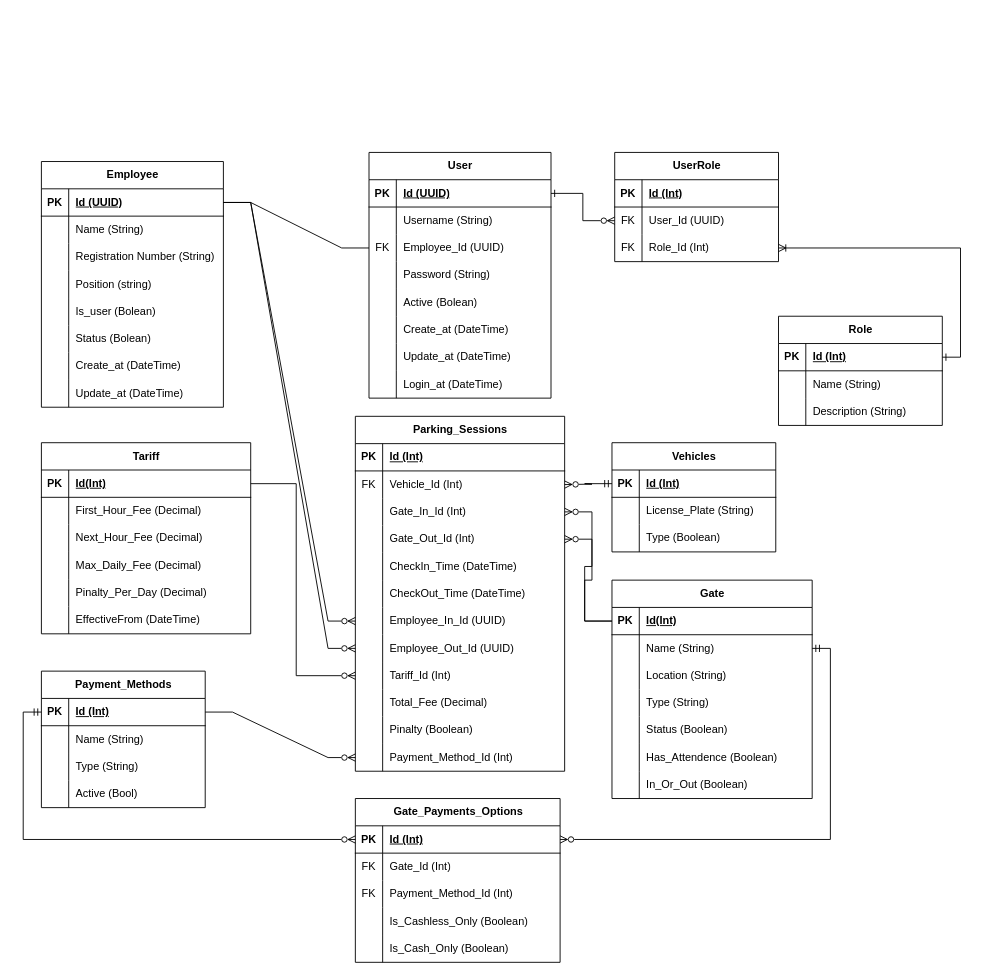
nuralimajid/Etip-api keeps this draw.io diagram as etip.drawio. Above is the earlier version. Source tidied: cells renumbered, new cells numbered last; positions are measured from the earlier drawing's top-left corner, leaving out a move shared by most shapes. Both pictures are drawn from the tidied source at 91%, with x=0, y=0 at pixel (-5, 152).
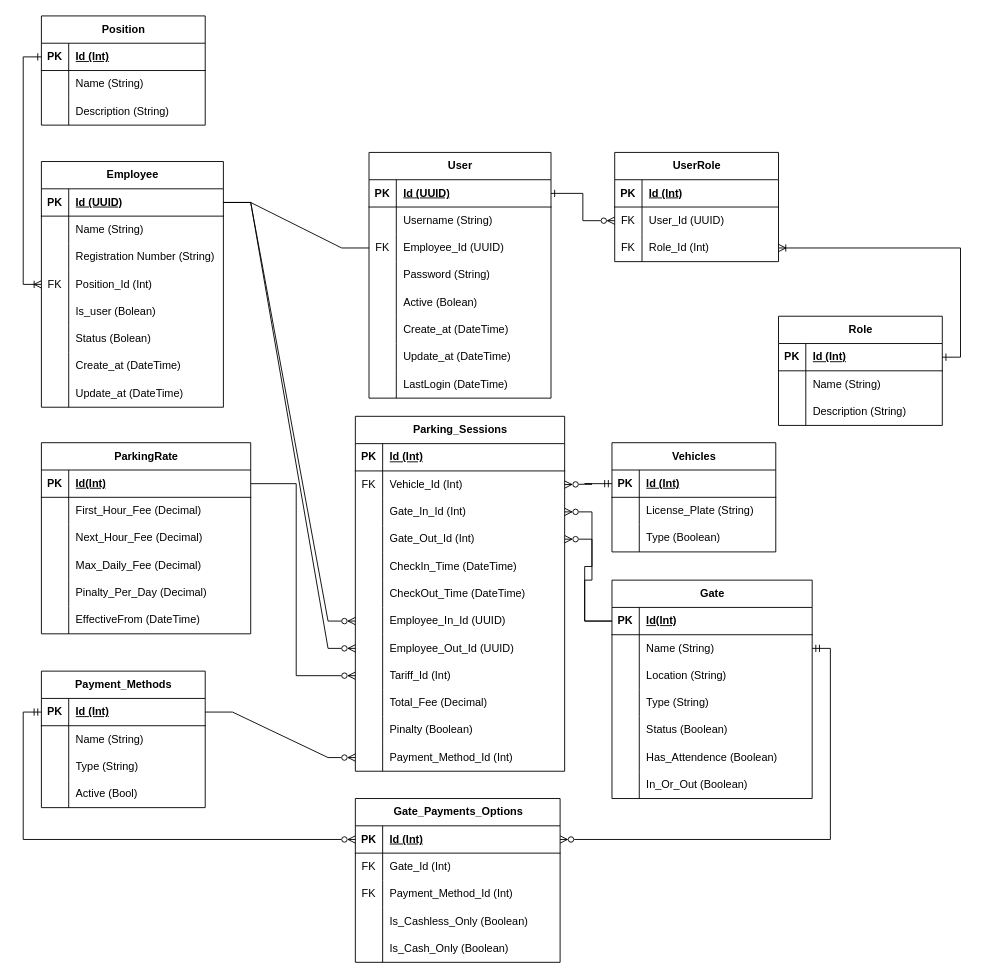
After the change.

Unchanged cells that the change refers to:
```xml
<mxCell id="20" style="shape=tableRow;horizontal=0;startSize=0;swimlaneHead=0;swimlaneBody=0;fillColor=none;points=[[0,0.5],[1,0.5]];portConstraint=eastwest;top=0;left=0;right=0;bottom=0;" parent="10" vertex="1">
  <mxGeometry y="120" width="200" height="30" as="geometry" />
</mxCell>
<mxCell id="57" style="shape=tableRow;horizontal=0;startSize=0;swimlaneHead=0;swimlaneBody=0;fillColor=none;top=0;left=0;right=0;bottom=0;" parent="35" vertex="1">
  <mxGeometry y="240" width="200" height="30" as="geometry" />
</mxCell>
```

Diff of the diagram source:
```diff
@@
-    <mxCell id="21" style="shape=partialRectangle;fillColor=none;top=0;left=0;bottom=0;right=0;overflow=hidden;whiteSpace=wrap;html=1;" parent="20" vertex="1">
+    <mxCell id="21" value="FK" style="shape=partialRectangle;fillColor=none;top=0;left=0;bottom=0;right=0;overflow=hidden;whiteSpace=wrap;html=1;" parent="20" vertex="1">
       <mxGeometry width="30" height="30" as="geometry" />
     </mxCell>
-    <mxCell id="22" value="Position (string)" style="shape=partialRectangle;fillColor=none;top=0;left=0;bottom=0;right=0;align=left;spacingLeft=6;overflow=hidden;whiteSpace=wrap;html=1;" parent="20" vertex="1">
+    <mxCell id="22" value="Position_Id (Int)" style="shape=partialRectangle;fillColor=none;top=0;left=0;bottom=0;right=0;align=left;spacingLeft=6;overflow=hidden;whiteSpace=wrap;html=1;" parent="20" vertex="1">
       <mxGeometry x="30" width="170" height="30" as="geometry" />
     </mxCell>
@@
-    <mxCell id="59" value="Login_at (DateTime)" style="shape=partialRectangle;fillColor=none;top=0;left=0;bottom=0;right=0;align=left;spacingLeft=6;overflow=hidden;whiteSpace=wrap;html=1;" parent="57" vertex="1">
+    <mxCell id="59" value="LastLogin (DateTime)" style="shape=partialRectangle;fillColor=none;top=0;left=0;bottom=0;right=0;align=left;spacingLeft=6;overflow=hidden;whiteSpace=wrap;html=1;" parent="57" vertex="1">
       <mxGeometry x="30" width="170" height="30" as="geometry" />
     </mxCell>
@@
-    <mxCell id="82" value="Tariff" style="shape=table;startSize=30;childLayout=tableLayout;rowLines=0;fontStyle=1;align=center;html=1;" parent="1" vertex="1">
+    <mxCell id="82" value="ParkingRate" style="shape=table;startSize=30;childLayout=tableLayout;rowLines=0;fontStyle=1;align=center;html=1;" parent="1" vertex="1">
       <mxGeometry x="50" y="319" width="230" height="210" as="geometry" />
     </mxCell>
@@
+    <mxCell id="201" value="Position" style="shape=table;startSize=30;childLayout=tableLayout;rowLines=0;fontStyle=1;align=center;html=1;" parent="1" vertex="1">
+      <mxGeometry x="50" y="-150" width="180" height="120" as="geometry" />
+    </mxCell>
+    <mxCell id="202" style="shape=tableRow;horizontal=0;startSize=0;swimlaneHead=0;swimlaneBody=0;fillColor=none;points=[[0,0.5],[1,0.5]];portConstraint=eastwest;top=0;left=0;right=0;bottom=1;" parent="201" vertex="1">
+      <mxGeometry y="30" width="180" height="30" as="geometry" />
+    </mxCell>
+    <mxCell id="203" value="PK" style="shape=partialRectangle;fillColor=none;top=0;left=0;bottom=0;right=0;fontStyle=1;overflow=hidden;whiteSpace=wrap;html=1;" parent="202" vertex="1">
+      <mxGeometry width="30" height="30" as="geometry" />
+    </mxCell>
+    <mxCell id="204" value="Id (Int)" style="shape=partialRectangle;fillColor=none;top=0;left=0;bottom=0;right=0;align=left;spacingLeft=6;fontStyle=5;overflow=hidden;whiteSpace=wrap;html=1;" parent="202" vertex="1">
+      <mxGeometry x="30" width="150" height="30" as="geometry" />
+    </mxCell>
+    <mxCell id="205" style="shape=tableRow;horizontal=0;startSize=0;swimlaneHead=0;swimlaneBody=0;fillColor=none;top=0;left=0;right=0;bottom=0;" parent="201" vertex="1">
+      <mxGeometry y="60" width="180" height="30" as="geometry" />
+    </mxCell>
+    <mxCell id="206" style="shape=partialRectangle;fillColor=none;top=0;left=0;bottom=0;right=0;overflow=hidden;whiteSpace=wrap;html=1;" parent="205" vertex="1">
+      <mxGeometry width="30" height="30" as="geometry" />
+    </mxCell>
+    <mxCell id="207" value="Name (String)" style="shape=partialRectangle;fillColor=none;top=0;left=0;bottom=0;right=0;align=left;spacingLeft=6;overflow=hidden;whiteSpace=wrap;html=1;" parent="205" vertex="1">
+      <mxGeometry x="30" width="150" height="30" as="geometry" />
+    </mxCell>
+    <mxCell id="208" style="shape=tableRow;horizontal=0;startSize=0;swimlaneHead=0;swimlaneBody=0;fillColor=none;top=0;left=0;right=0;bottom=0;" parent="201" vertex="1">
+      <mxGeometry y="90" width="180" height="30" as="geometry" />
+    </mxCell>
+    <mxCell id="209" style="shape=partialRectangle;fillColor=none;top=0;left=0;bottom=0;right=0;overflow=hidden;whiteSpace=wrap;html=1;" parent="208" vertex="1">
+      <mxGeometry width="30" height="30" as="geometry" />
+    </mxCell>
+    <mxCell id="210" value="Description (String)" style="shape=partialRectangle;fillColor=none;top=0;left=0;bottom=0;right=0;align=left;spacingLeft=6;overflow=hidden;whiteSpace=wrap;html=1;" parent="208" vertex="1">
+      <mxGeometry x="30" width="150" height="30" as="geometry" />
+    </mxCell>
+    <mxCell id="211" style="edgeStyle=orthogonalEdgeStyle;rounded=0;jettySize=auto;html=1;exitX=0;exitY=0.5;exitDx=0;exitDy=0;entryX=0;entryY=0.5;entryDx=0;entryDy=0;endArrow=ERoneToMany;endFill=0;startArrow=ERone;startFill=0;" parent="1" edge="1" source="202" target="20">
+      <mxGeometry relative="1" as="geometry" />
+    </mxCell>
```
